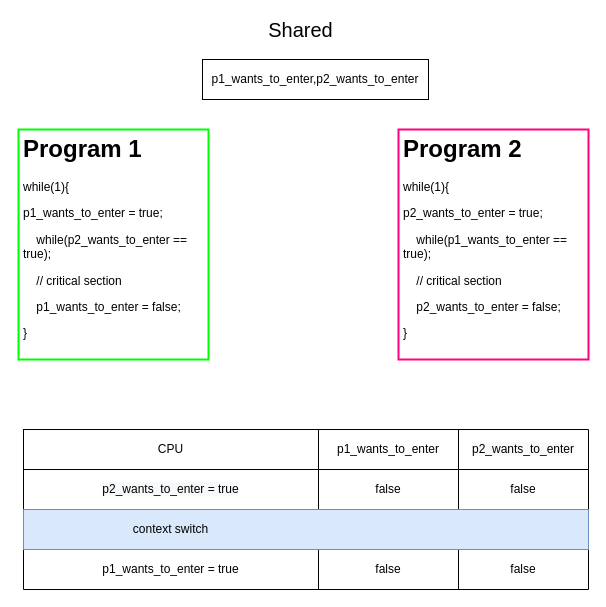
Before: software-solution3.drawio in estraining/diagram-store, a draw.io diagram. Source tidied: cells renumbered, new cells numbered last; positions are measured from the earlier drawing's top-left corner, leaving out a move shared by most shapes. Both pictures are drawn from the tidied source at 100%, with x=0, y=0 at pixel (18, 19).
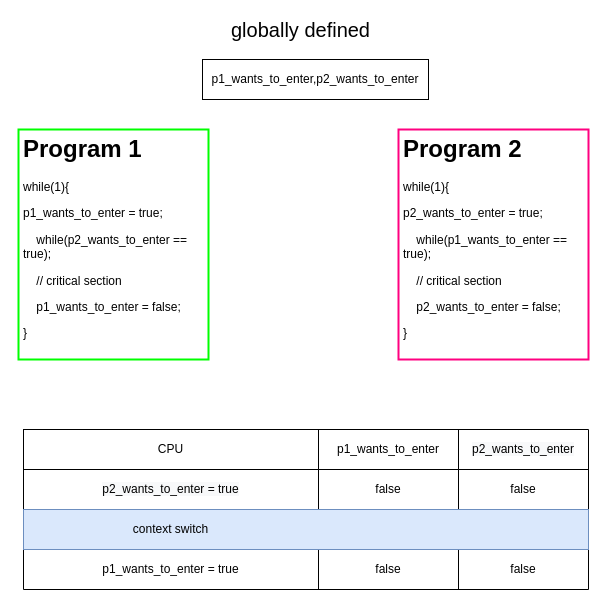
The same diagram, later.

What changed in the source:
```diff
@@
-    <mxCell id="5" value="&lt;font style=&quot;font-size: 20px&quot;&gt;Shared&lt;/font&gt;" style="text;html=1;align=center;verticalAlign=middle;" parent="1" vertex="1">
-      <mxGeometry x="242" width="80" height="20" as="geometry" />
+    <mxCell id="5" value="&lt;font style=&quot;font-size: 20px&quot;&gt;globally defined&lt;/font&gt;" style="text;html=1;align=center;verticalAlign=middle;" parent="1" vertex="1">
+      <mxGeometry x="207" width="150" height="20" as="geometry" />
     </mxCell>
```
